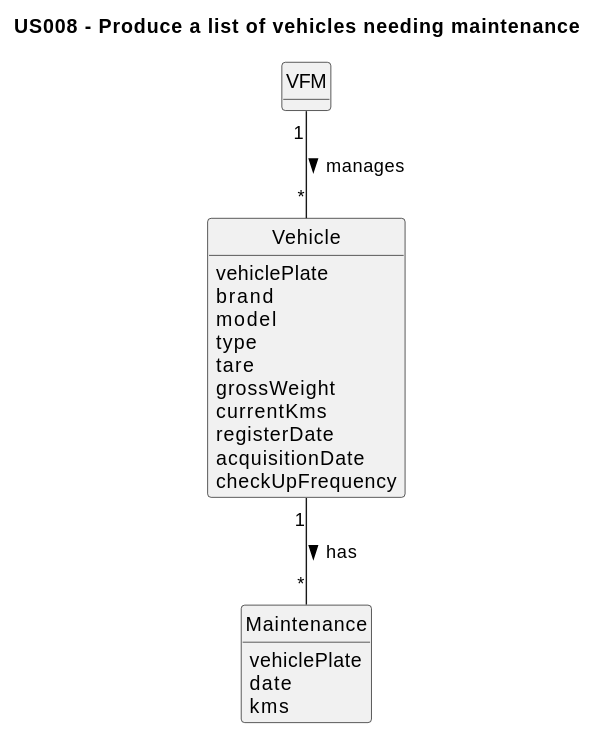
The PlantUML diagram docs/sprintB/us008/02.analysis/svg/us008-domain-model.svg in Departamento-de-Engenharia-Informatica/lei-24-s2-1dm-g132, before a commit.
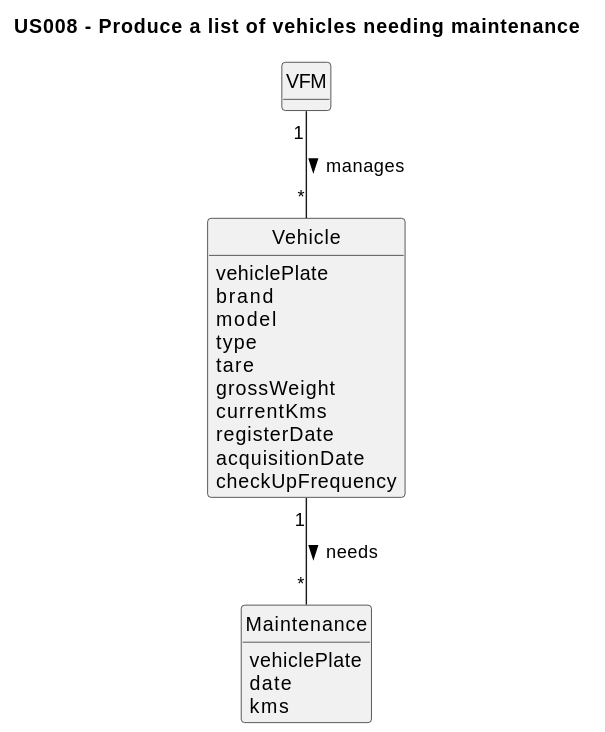
Above is the later version.

Commit message:
US08 minor change in domain model

Change to the diagram source:
```diff
@@ -34,5 +34,5 @@
 }
 
 VFM "1" -- "*" Vehicle : manages >
-Vehicle "1" -- "*" Maintenance : has >
+Vehicle "1" -- "*" Maintenance : needs >
 @enduml
```
